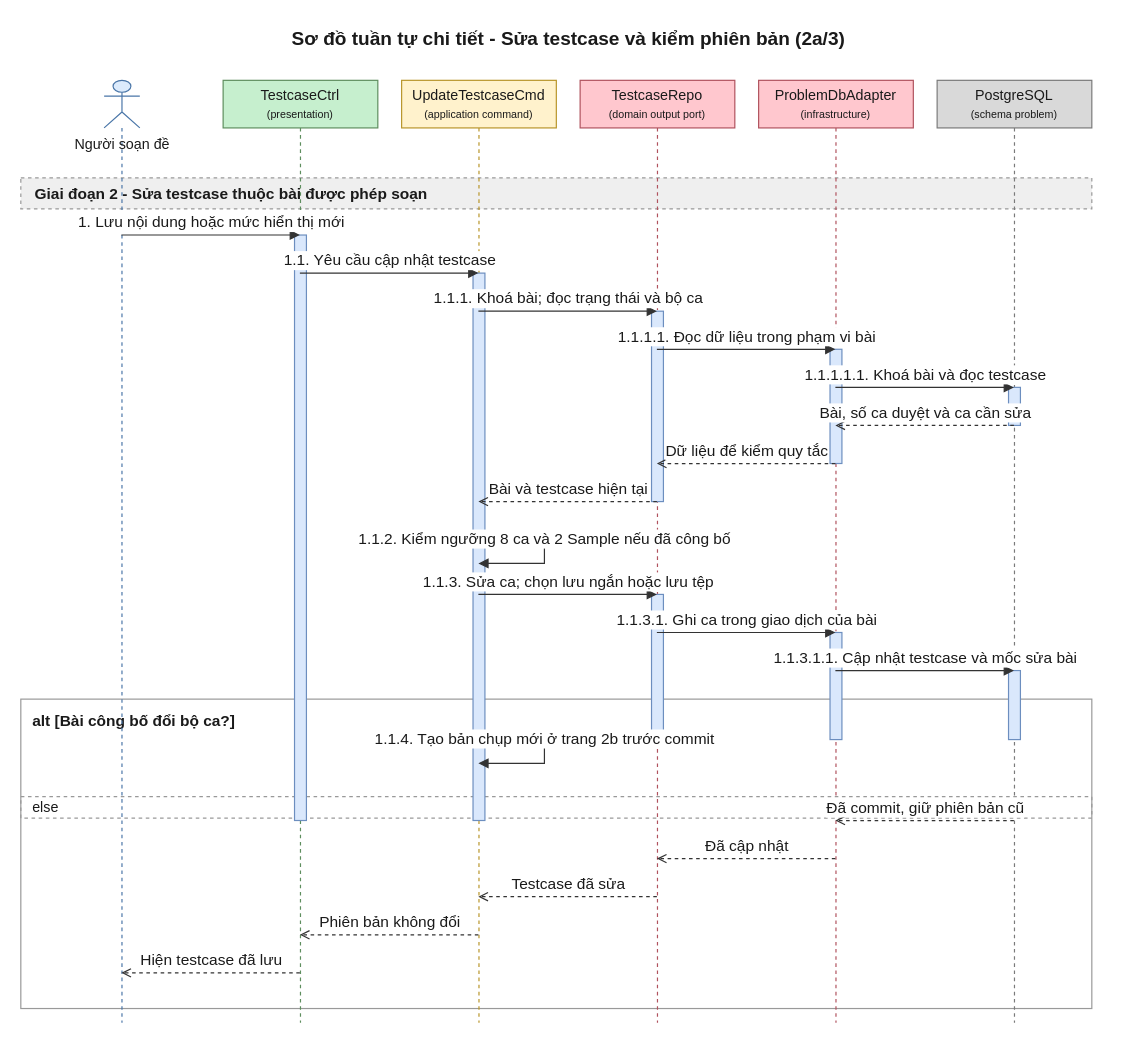
Above: 08-diagram/sequence/shared/sequence_shared_quan_ly_testcase_p2.drawio in daiphu1801/PRJ_ALGOPREP (draw.io), before the change. Source tidied: cells renumbered, new cells numbered last; positions are measured from the earlier drawing's top-left corner, leaving out a move shared by most shapes. Both pictures are drawn from the tidied source at 119%, with x=0, y=0 at pixel (20, 20).
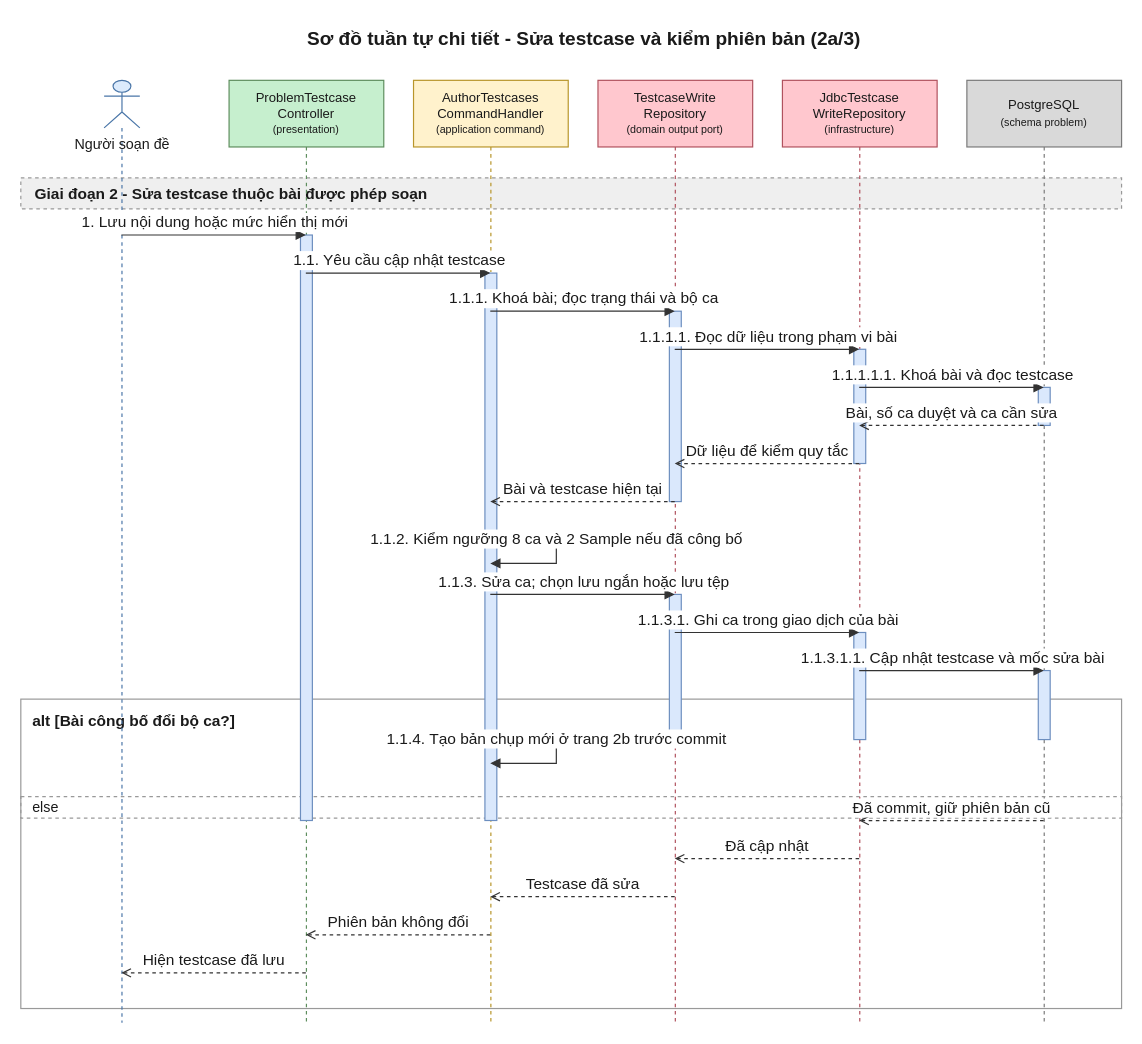
The same page after the edit.

Change to the diagram source:
```diff
@@
     <mxCell id="2" value="Sơ đồ tuần tự chi tiết - Sửa testcase và kiểm phiên bản (2a/3)" style="text;html=1;fontSize=16;fontStyle=1;align=center;verticalAlign=middle;fontColor=#1A1A1A;" parent="1" vertex="1">
-      <mxGeometry x="20" width="880" height="30" as="geometry" />
+      <mxGeometry x="20" width="905" height="30" as="geometry" />
     </mxCell>
     <mxCell id="3" value="alt [Bài công bố đổi bộ ca?]" style="algoprep=alt;rounded=0;whiteSpace=wrap;html=1;fillColor=none;strokeColor=#999999;verticalAlign=top;align=left;spacingLeft=8;spacingTop=4;fontColor=#1A1A1A;fontSize=13;fontStyle=1;dashed=0;" parent="1" vertex="1">
-      <mxGeometry y="570" width="900" height="260" as="geometry" />
+      <mxGeometry y="570" width="925" height="260" as="geometry" />
     </mxCell>
     <mxCell id="4" value="else" style="text;html=1;dashed=1;strokeColor=#999999;fillColor=none;align=left;verticalAlign=middle;spacingLeft=8;fontColor=#1A1A1A;fontSize=12;" parent="1" vertex="1">
-      <mxGeometry y="652" width="900" height="18" as="geometry" />
+      <mxGeometry y="652" width="925" height="18" as="geometry" />
     </mxCell>
     <mxCell id="5" value="Giai đoạn 2 - Sửa testcase thuộc bài được phép soạn" style="algoprep=phase;rounded=0;whiteSpace=wrap;html=1;fillColor=#EFEFEF;strokeColor=#999999;dashed=1;align=left;verticalAlign=middle;spacingLeft=10;fontColor=#1A1A1A;fontSize=13;fontStyle=1;" parent="1" vertex="1">
-      <mxGeometry y="132" width="900" height="26" as="geometry" />
+      <mxGeometry y="132" width="925" height="26" as="geometry" />
     </mxCell>
@@
-    <mxCell id="7" value="TestcaseCtrl&lt;br&gt;&lt;font style=&quot;font-size:9px&quot;&gt;(presentation)&lt;/font&gt;" style="shape=umlLifeline;perimeter=lifelinePerimeter;whiteSpace=wrap;html=1;outlineConnect=0;size=40;fillColor=#C6EFCE;strokeColor=#5E8E5E;fontColor=#1A1A1A;" parent="1" vertex="1">
-      <mxGeometry x="170" y="50" width="130" height="792" as="geometry" />
+    <mxCell id="7" value="ProblemTestcase&lt;br&gt;Controller&lt;br&gt;&lt;font style=&quot;font-size:9px&quot;&gt;(presentation)&lt;/font&gt;" style="shape=umlLifeline;perimeter=lifelinePerimeter;whiteSpace=wrap;html=1;outlineConnect=0;size=56;fontSize=11;fillColor=#C6EFCE;strokeColor=#5E8E5E;fontColor=#1A1A1A;" parent="1" vertex="1">
+      <mxGeometry x="175" y="50" width="130" height="792" as="geometry" />
     </mxCell>
-    <mxCell id="8" value="UpdateTestcaseCmd&lt;br&gt;&lt;font style=&quot;font-size:9px&quot;&gt;(application command)&lt;/font&gt;" style="shape=umlLifeline;perimeter=lifelinePerimeter;whiteSpace=wrap;html=1;outlineConnect=0;size=40;fillColor=#FFF2CC;strokeColor=#B8952A;fontColor=#1A1A1A;" parent="1" vertex="1">
-      <mxGeometry x="320" y="50" width="130" height="792" as="geometry" />
+    <mxCell id="8" value="AuthorTestcases&lt;br&gt;CommandHandler&lt;br&gt;&lt;font style=&quot;font-size:9px&quot;&gt;(application command)&lt;/font&gt;" style="shape=umlLifeline;perimeter=lifelinePerimeter;whiteSpace=wrap;html=1;outlineConnect=0;size=56;fontSize=11;fillColor=#FFF2CC;strokeColor=#B8952A;fontColor=#1A1A1A;" parent="1" vertex="1">
+      <mxGeometry x="330" y="50" width="130" height="792" as="geometry" />
     </mxCell>
-    <mxCell id="9" value="TestcaseRepo&lt;br&gt;&lt;font style=&quot;font-size:9px&quot;&gt;(domain output port)&lt;/font&gt;" style="shape=umlLifeline;perimeter=lifelinePerimeter;whiteSpace=wrap;html=1;outlineConnect=0;size=40;fillColor=#FFC7CE;strokeColor=#B0525E;fontColor=#1A1A1A;" parent="1" vertex="1">
-      <mxGeometry x="470" y="50" width="130" height="792" as="geometry" />
+    <mxCell id="9" value="TestcaseWrite&lt;br&gt;Repository&lt;br&gt;&lt;font style=&quot;font-size:9px&quot;&gt;(domain output port)&lt;/font&gt;" style="shape=umlLifeline;perimeter=lifelinePerimeter;whiteSpace=wrap;html=1;outlineConnect=0;size=56;fontSize=11;fillColor=#FFC7CE;strokeColor=#B0525E;fontColor=#1A1A1A;" parent="1" vertex="1">
+      <mxGeometry x="485" y="50" width="130" height="792" as="geometry" />
     </mxCell>
-    <mxCell id="10" value="ProblemDbAdapter&lt;br&gt;&lt;font style=&quot;font-size:9px&quot;&gt;(infrastructure)&lt;/font&gt;" style="shape=umlLifeline;perimeter=lifelinePerimeter;whiteSpace=wrap;html=1;outlineConnect=0;size=40;fillColor=#FFC7CE;strokeColor=#B0525E;fontColor=#1A1A1A;" parent="1" vertex="1">
-      <mxGeometry x="620" y="50" width="130" height="792" as="geometry" />
+    <mxCell id="10" value="JdbcTestcase&lt;br&gt;WriteRepository&lt;br&gt;&lt;font style=&quot;font-size:9px&quot;&gt;(infrastructure)&lt;/font&gt;" style="shape=umlLifeline;perimeter=lifelinePerimeter;whiteSpace=wrap;html=1;outlineConnect=0;size=56;fontSize=11;fillColor=#FFC7CE;strokeColor=#B0525E;fontColor=#1A1A1A;" parent="1" vertex="1">
+      <mxGeometry x="640" y="50" width="130" height="792" as="geometry" />
     </mxCell>
-    <mxCell id="11" value="PostgreSQL&lt;br&gt;&lt;font style=&quot;font-size:9px&quot;&gt;(schema problem)&lt;/font&gt;" style="shape=umlLifeline;perimeter=lifelinePerimeter;whiteSpace=wrap;html=1;outlineConnect=0;size=40;fillColor=#D9D9D9;strokeColor=#7A7A7A;fontColor=#1A1A1A;" parent="1" vertex="1">
-      <mxGeometry x="770" y="50" width="130" height="792" as="geometry" />
+    <mxCell id="11" value="PostgreSQL&lt;br&gt;&lt;font style=&quot;font-size:9px&quot;&gt;(schema problem)&lt;/font&gt;" style="shape=umlLifeline;perimeter=lifelinePerimeter;whiteSpace=wrap;html=1;outlineConnect=0;size=56;fontSize=11;fillColor=#D9D9D9;strokeColor=#7A7A7A;fontColor=#1A1A1A;" parent="1" vertex="1">
+      <mxGeometry x="795" y="50" width="130" height="792" as="geometry" />
     </mxCell>
@@
     <mxCell id="28" value="1.1.2. Kiểm ngưỡng 8 ca và 2 Sample nếu đã công bố" style="edgeStyle=orthogonalEdgeStyle;rounded=0;html=1;endArrow=block;endFill=1;strokeColor=#333333;fontColor=#1A1A1A;fontSize=13;verticalAlign=bottom;exitX=0.5;exitY=0.4874;exitDx=0;exitDy=0;entryX=0.5;entryY=0.5126;entryDx=0;entryDy=0;" parent="1" edge="1" source="8" target="8">
       <mxGeometry relative="1" as="geometry">
         <Array as="points">
-          <mxPoint x="440" y="436" />
-          <mxPoint x="440" y="456" />
+          <mxPoint x="450" y="436" />
+          <mxPoint x="450" y="456" />
         </Array>
       </mxGeometry>
     </mxCell>
@@
     <mxCell id="32" value="1.1.4. Tạo bản chụp mới ở trang 2b trước commit" style="edgeStyle=orthogonalEdgeStyle;rounded=0;html=1;endArrow=block;endFill=1;strokeColor=#333333;fontColor=#1A1A1A;fontSize=13;verticalAlign=bottom;exitX=0.5;exitY=0.6995;exitDx=0;exitDy=0;entryX=0.5;entryY=0.7247;entryDx=0;entryDy=0;" parent="1" edge="1" source="8" target="8">
       <mxGeometry relative="1" as="geometry">
         <Array as="points">
-          <mxPoint x="440" y="604" />
-          <mxPoint x="440" y="624" />
+          <mxPoint x="450" y="604" />
+          <mxPoint x="450" y="624" />
         </Array>
       </mxGeometry>
     </mxCell>
```
